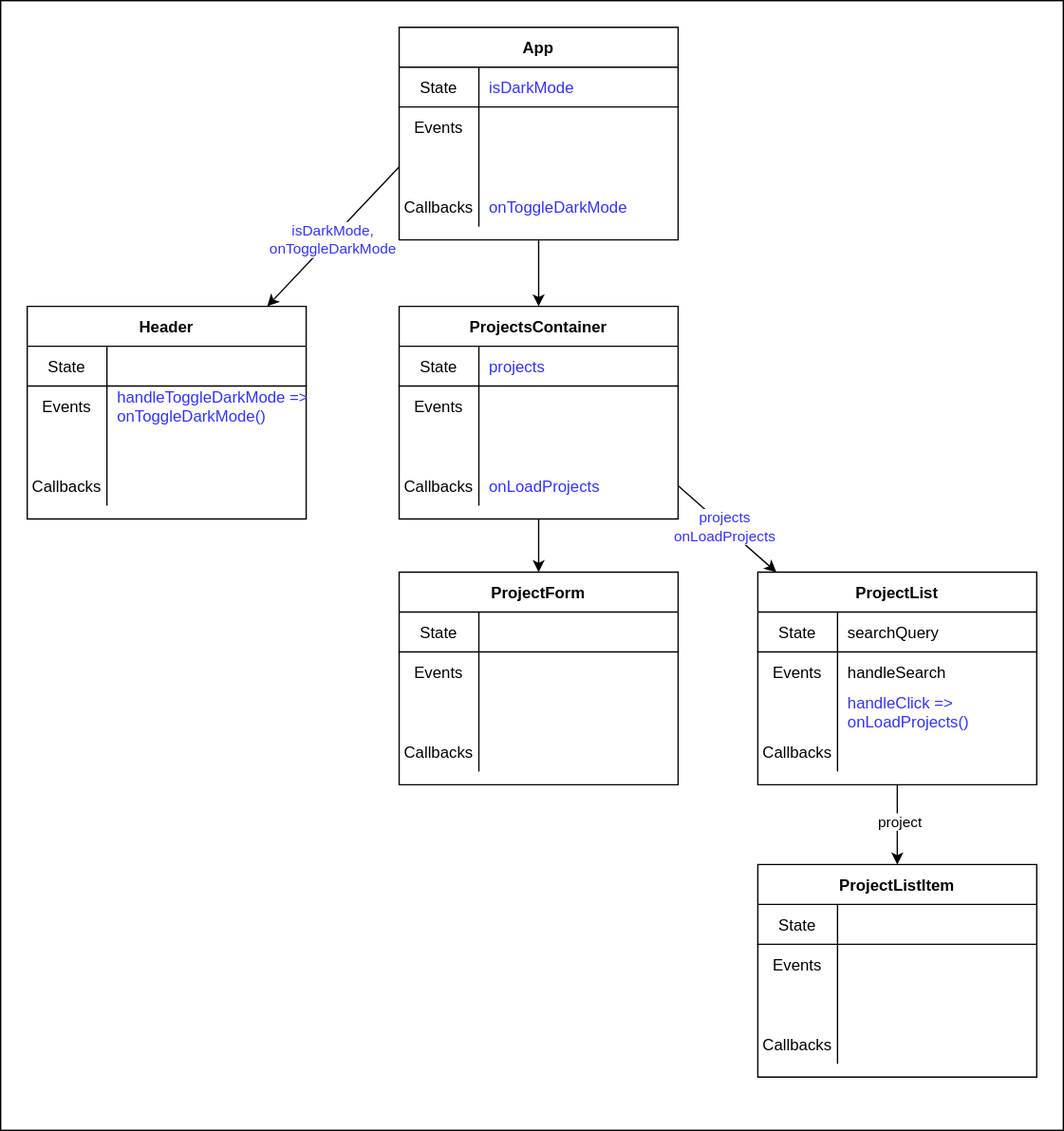
Above: 03_information_flow/assets/export/component-hierarchy-with-updated-data-flow.drawio.svg in learn-co-students/SE-LIVE-121123-Phase-2-ProjectShowcase (draw.io), before the change. Source tidied: cells renumbered, new cells last; positions are measured from the earlier drawing's top-left corner, leaving out a move shared by most shapes.
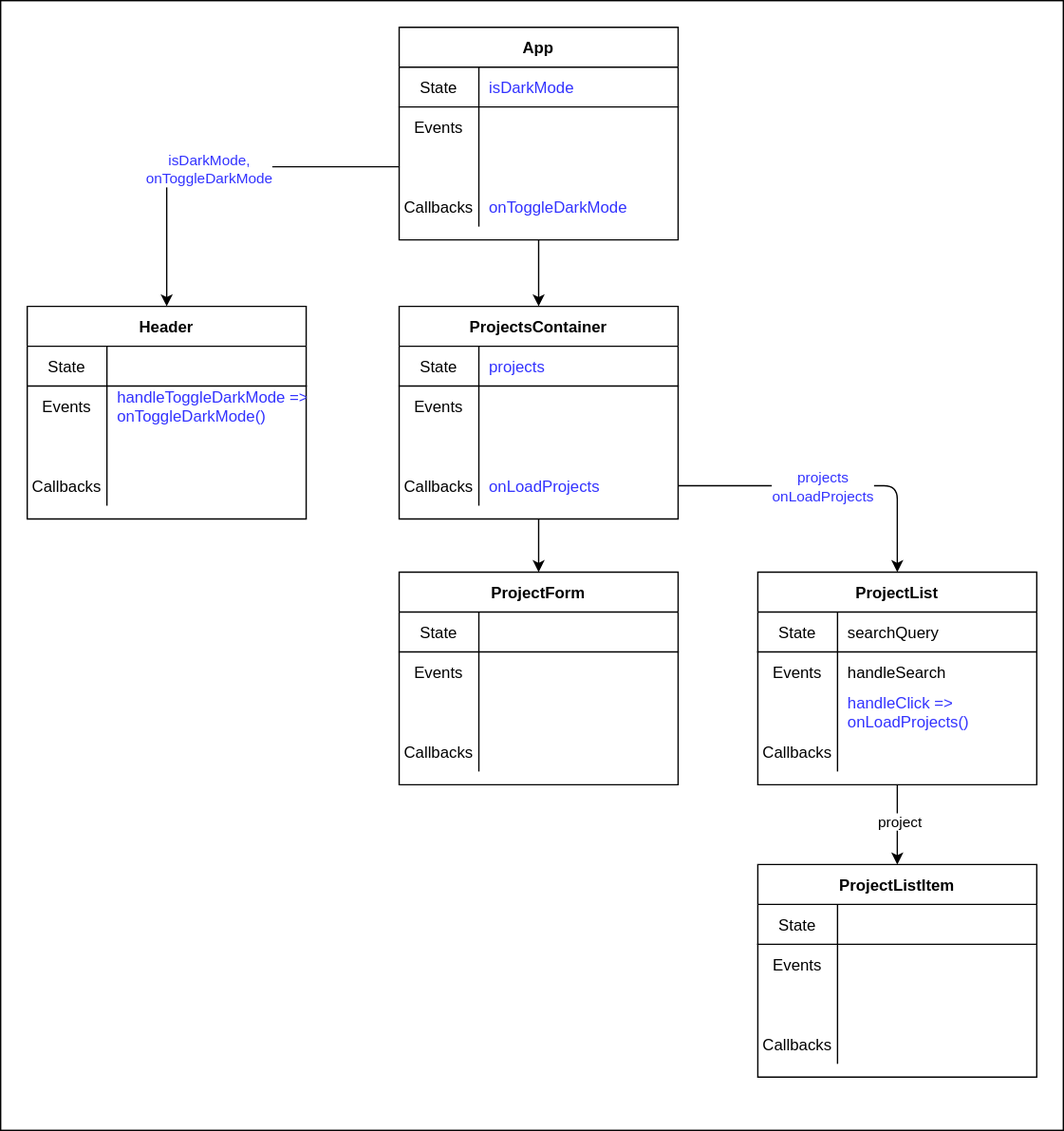
The same file after the commit.

What changed in the source:
```diff
@@ -5,7 +5,7 @@
     <mxCell id="2" style="rounded=0;whiteSpace=wrap;html=1;" parent="1" vertex="1">
       <mxGeometry width="800" height="850" as="geometry" />
     </mxCell>
-    <mxCell id="3" style="edgeStyle=none;html=1;exitX=0;exitY=0.5;exitDx=0;exitDy=0;" parent="1" edge="1" source="16" target="22">
+    <mxCell id="3" style="edgeStyle=orthogonalEdgeStyle;html=1;exitX=0;exitY=0.5;exitDx=0;exitDy=0;" parent="1" edge="1" source="16" target="22">
       <mxGeometry relative="1" as="geometry" />
     </mxCell>
     <mxCell id="4" value="&lt;font color=&quot;#3333ff&quot;&gt;isDarkMode,&lt;br&gt;onToggleDarkMode&lt;/font&gt;" style="edgeLabel;html=1;align=center;verticalAlign=middle;" parent="3" vertex="1">
@@ -16,7 +16,7 @@
         <mxPoint x="405" y="390" as="sourcePoint" />
       </mxGeometry>
     </mxCell>
-    <mxCell id="6" style="edgeStyle=none;html=1;exitX=1;exitY=0.5;exitDx=0;exitDy=0;" parent="1" edge="1" source="86" target="50">
+    <mxCell id="6" style="edgeStyle=orthogonalEdgeStyle;html=1;exitX=1;exitY=0.5;exitDx=0;exitDy=0;" parent="1" edge="1" source="86" target="50">
       <mxGeometry relative="1" as="geometry" />
     </mxCell>
     <mxCell id="7" value="&lt;font color=&quot;#3333ff&quot;&gt;projects&lt;br&gt;onLoadProjects&lt;/font&gt;" style="edgeLabel;html=1;align=center;verticalAlign=middle;" parent="6" vertex="1">
```
